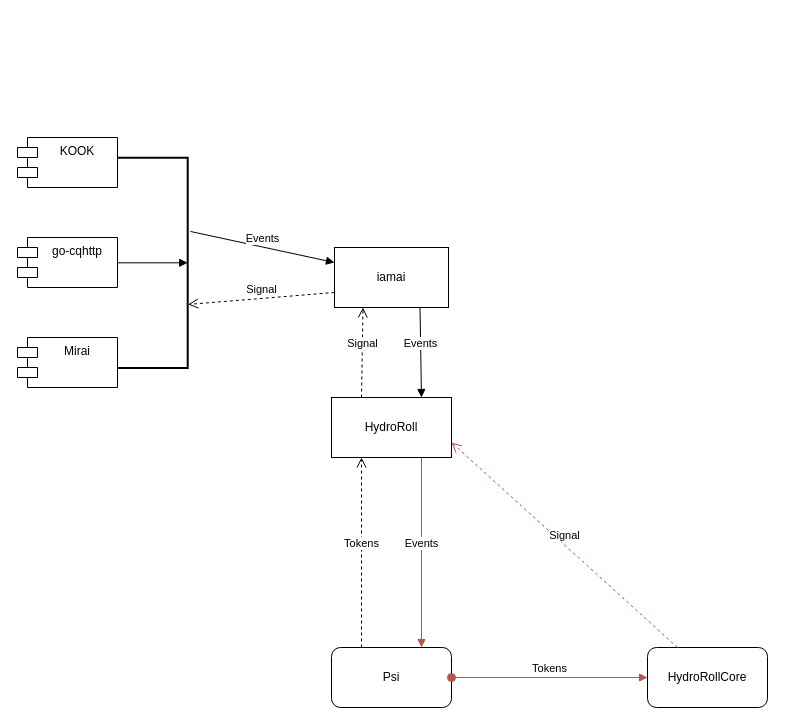
The draw.io diagram docs/assets/未命名绘图.drawio in HydroRoll-Team/HydroRoll, before the edit. Source tidied: cells renumbered, new cells numbered last; positions are measured from the earlier drawing's top-left corner, leaving out a move shared by most shapes. Both pictures are drawn from the tidied source at 100%, with x=0, y=0 at pixel (17, 137).
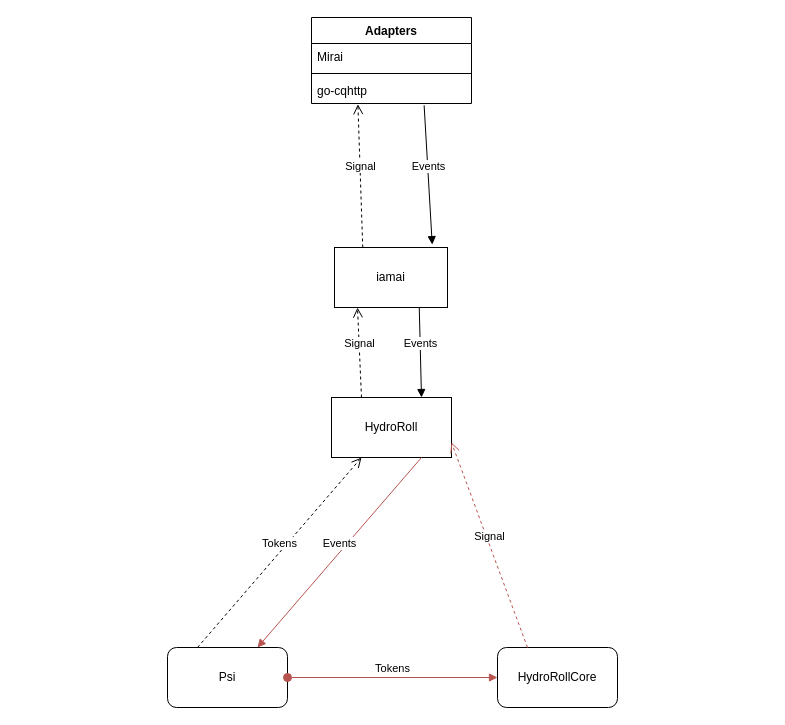
After the change.

Commit message (it also covers changes not shown here):
更新未命名绘图.drawio

The edit, as a diff of the source:
```diff
@@
 <mxGraphModel>
   <root>
     <mxCell id="0" />
     <mxCell id="1" parent="0" />
     <mxCell id="2" value="iamai" style="rounded=0;whiteSpace=wrap;html=1;" parent="1" vertex="1">
-      <mxGeometry x="317" y="110" width="114" height="60" as="geometry" />
+      <mxGeometry x="317" y="110" width="113" height="60" as="geometry" />
     </mxCell>
     <mxCell id="3" value="HydroRoll&lt;br&gt;" style="rounded=0;whiteSpace=wrap;html=1;" parent="1" vertex="1">
       <mxGeometry x="314" y="260" width="120" height="60" as="geometry" />
     </mxCell>
     <mxCell id="4" value="Psi" style="rounded=1;whiteSpace=wrap;html=1;" parent="1" vertex="1">
-      <mxGeometry x="314" y="510" width="120" height="60" as="geometry" />
+      <mxGeometry x="150" y="510" width="120" height="60" as="geometry" />
     </mxCell>
     <mxCell id="5" value="HydroRollCore" style="rounded=1;whiteSpace=wrap;html=1;" parent="1" vertex="1">
-      <mxGeometry x="630" y="510" width="120" height="60" as="geometry" />
+      <mxGeometry x="480" y="510" width="120" height="60" as="geometry" />
     </mxCell>
     <mxCell id="6" value="Tokens" style="html=1;verticalAlign=bottom;endArrow=open;dashed=1;endSize=8;curved=0;rounded=0;entryX=0.25;entryY=1;entryDx=0;entryDy=0;exitX=0.25;exitY=0;exitDx=0;exitDy=0;" parent="1" edge="1" source="4" target="3">
       <mxGeometry relative="1" as="geometry" />
     </mxCell>
     <mxCell id="7" value="Events" style="html=1;verticalAlign=bottom;endArrow=block;curved=0;rounded=0;entryX=0.75;entryY=0;entryDx=0;entryDy=0;exitX=0.75;exitY=1;exitDx=0;exitDy=0;fillColor=#f8cecc;strokeColor=#b85450;" parent="1" edge="1" source="3" target="4">
       <mxGeometry relative="1" as="geometry" />
     </mxCell>
     <mxCell id="8" value="Tokens" style="html=1;verticalAlign=bottom;startArrow=oval;startFill=1;endArrow=block;startSize=8;curved=0;rounded=0;entryX=0;entryY=0.5;entryDx=0;entryDy=0;exitX=1;exitY=0.5;exitDx=0;exitDy=0;fillColor=#f8cecc;strokeColor=#b85450;" parent="1" edge="1" source="4" target="5">
       <mxGeometry relative="1" as="geometry" />
     </mxCell>
     <mxCell id="9" value="Signal" style="html=1;verticalAlign=bottom;endArrow=open;dashed=1;endSize=8;curved=0;rounded=0;exitX=0.25;exitY=0;exitDx=0;exitDy=0;entryX=1;entryY=0.75;entryDx=0;entryDy=0;fillColor=#f8cecc;strokeColor=#b85450;" parent="1" edge="1" source="5" target="3">
       <mxGeometry relative="1" as="geometry" />
     </mxCell>
     <mxCell id="10" value="Events" style="html=1;verticalAlign=bottom;endArrow=block;curved=0;rounded=0;entryX=0.75;entryY=0;entryDx=0;entryDy=0;exitX=0.75;exitY=1;exitDx=0;exitDy=0;" parent="1" edge="1" source="2" target="3">
       <mxGeometry relative="1" as="geometry" />
     </mxCell>
-    <mxCell id="11" value="Signal" style="html=1;verticalAlign=bottom;endArrow=open;dashed=1;endSize=8;curved=0;rounded=0;entryX=0.25;entryY=1;entryDx=0;entryDy=0;exitX=0.25;exitY=0;exitDx=0;exitDy=0;" parent="1" edge="1" source="3" target="2">
-      <mxGeometry relative="1" as="geometry" />
+    <mxCell id="11" value="Signal" style="html=1;verticalAlign=bottom;endArrow=open;dashed=1;endSize=8;curved=0;rounded=0;exitX=0.25;exitY=0;exitDx=0;exitDy=0;" parent="1" edge="1" source="3">
+      <mxGeometry relative="1" as="geometry">
+        <mxPoint x="340" y="170" as="targetPoint" />
+      </mxGeometry>
     </mxCell>
+    <mxCell id="15" value="Events" style="html=1;verticalAlign=bottom;endArrow=block;curved=0;rounded=0;entryX=0.865;entryY=-0.048;entryDx=0;entryDy=0;exitX=0.704;exitY=1.07;exitDx=0;exitDy=0;exitPerimeter=0;entryPerimeter=0;" parent="1" edge="1" source="12" target="2">
+      <mxGeometry relative="1" as="geometry" />
+    </mxCell>
+    <mxCell id="18" value="Signal" style="html=1;verticalAlign=bottom;endArrow=open;dashed=1;endSize=8;curved=0;rounded=0;exitX=0.25;exitY=0;exitDx=0;exitDy=0;entryX=0.29;entryY=1.026;entryDx=0;entryDy=0;entryPerimeter=0;" parent="1" edge="1" source="2" target="12">
+      <mxGeometry relative="1" as="geometry" />
+    </mxCell>
+    <mxCell id="19" value="Adapters" style="swimlane;fontStyle=1;align=center;verticalAlign=top;horizontal=1;startSize=26;whiteSpace=wrap;html=1;" parent="1" vertex="1">
+      <mxGeometry x="294" y="-120" width="160" height="86" as="geometry" />
+    </mxCell>
+    <mxCell id="13" value="Mirai" style="text;strokeColor=none;fillColor=none;align=left;verticalAlign=top;spacingLeft=4;spacingRight=4;overflow=hidden;whiteSpace=wrap;html=1;" parent="19" vertex="1">
+      <mxGeometry y="26" width="160" height="26" as="geometry" />
+    </mxCell>
+    <mxCell id="20" style="line;strokeWidth=1;fillColor=none;align=left;verticalAlign=middle;spacingTop=-1;spacingLeft=3;spacingRight=3;labelPosition=right;strokeColor=inherit;" parent="19" vertex="1">
+      <mxGeometry y="52" width="160" height="8" as="geometry" />
+    </mxCell>
-    <mxCell id="12" value="go-cqhttp" style="shape=module;align=left;spacingLeft=20;align=center;verticalAlign=top;whiteSpace=wrap;html=1;" parent="1" vertex="1">
-      <mxGeometry y="100" width="100" height="50" as="geometry" />
+    <mxCell id="12" value="go-cqhttp" style="text;strokeColor=none;fillColor=none;align=left;verticalAlign=top;spacingLeft=4;spacingRight=4;overflow=hidden;points=[[0,0.5],[1,0.5]];portConstraint=eastwest;whiteSpace=wrap;html=1;" parent="19" vertex="1">
+      <mxGeometry y="60" width="160" height="26" as="geometry" />
     </mxCell>
-    <mxCell id="13" value="Mirai" style="shape=module;align=left;spacingLeft=20;align=center;verticalAlign=top;whiteSpace=wrap;html=1;" parent="1" vertex="1">
-      <mxGeometry y="200" width="100" height="50" as="geometry" />
-    </mxCell>
-    <mxCell id="14" value="KOOK" style="shape=module;align=left;spacingLeft=20;align=center;verticalAlign=top;whiteSpace=wrap;html=1;" parent="1" vertex="1">
-      <mxGeometry width="100" height="50" as="geometry" />
-    </mxCell>
-    <mxCell id="15" value="Events" style="html=1;verticalAlign=bottom;endArrow=block;curved=0;rounded=0;entryX=0;entryY=0.25;entryDx=0;entryDy=0;exitX=-0.039;exitY=0.649;exitDx=0;exitDy=0;exitPerimeter=0;" parent="1" edge="1" source="16" target="2">
-      <mxGeometry relative="1" as="geometry" />
-    </mxCell>
-    <mxCell id="16" style="strokeWidth=2;html=1;shape=mxgraph.flowchart.annotation_1;align=left;rotation=-180;" parent="1" vertex="1">
-      <mxGeometry x="99.9" y="20.2" width="70.3" height="210.2" as="geometry" />
-    </mxCell>
-    <mxCell id="17" style="endArrow=block;endFill=1;html=1;edgeStyle=orthogonalEdgeStyle;align=left;verticalAlign=top;rounded=0;exitX=1;exitY=0.5;exitDx=0;exitDy=0;exitPerimeter=0;entryX=0;entryY=0.5;entryDx=0;entryDy=0;entryPerimeter=0;" parent="1" edge="1" source="16" target="16">
-      <mxGeometry x="-1" relative="1" as="geometry" />
-    </mxCell>
-    <mxCell id="18" value="Signal" style="html=1;verticalAlign=bottom;endArrow=open;dashed=1;endSize=8;curved=0;rounded=0;entryX=-0.005;entryY=0.302;entryDx=0;entryDy=0;entryPerimeter=0;exitX=0;exitY=0.75;exitDx=0;exitDy=0;" parent="1" edge="1" source="2" target="16">
-      <mxGeometry relative="1" as="geometry" />
-    </mxCell>
   </root>
 </mxGraphModel>
```
